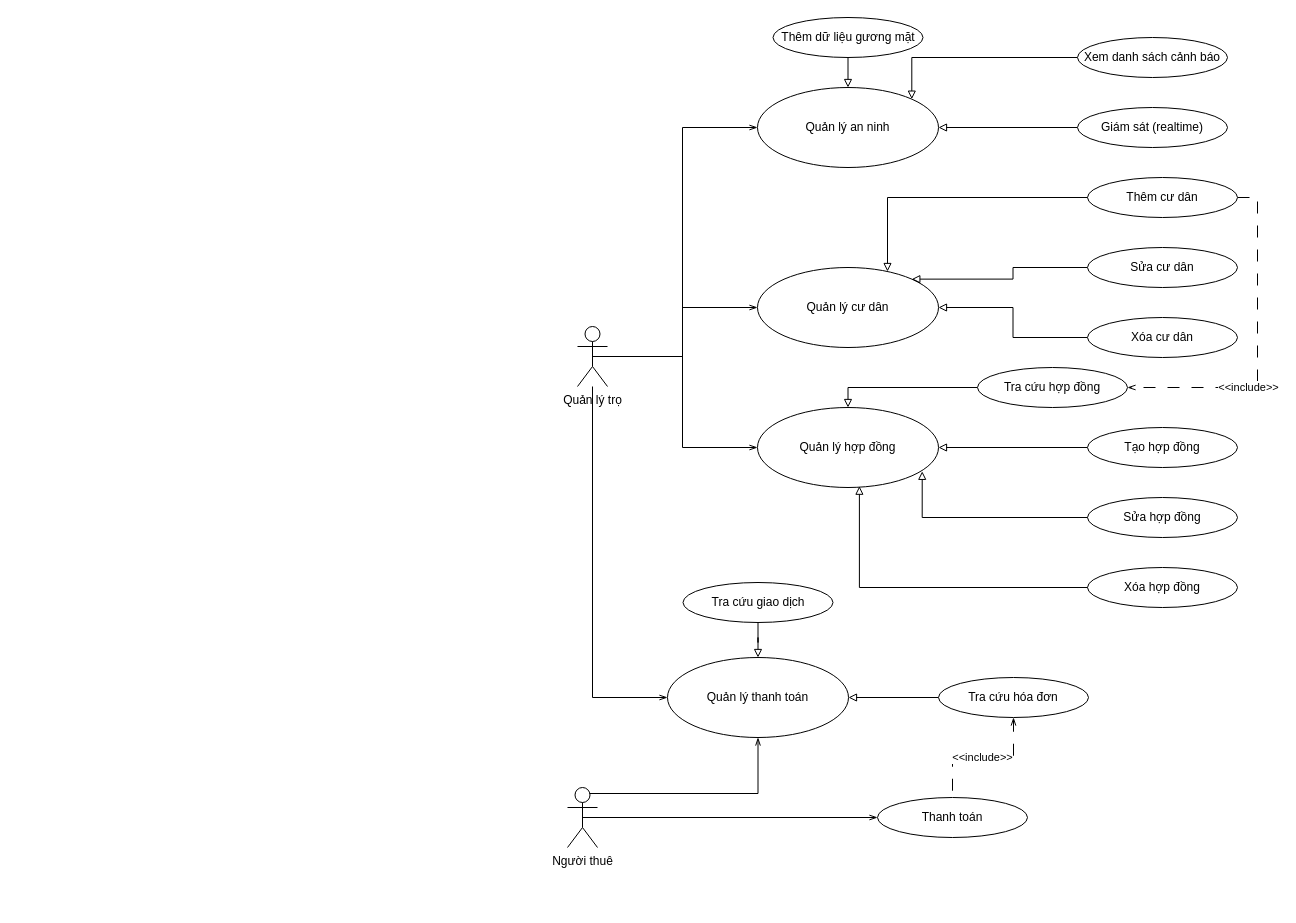
Before: documents/usecase-diagram.drawio in fatthinh/house_rental_management, a draw.io diagram. Source tidied: cells renumbered, new cells numbered last; positions are measured from the earlier drawing's top-left corner, leaving out a move shared by most shapes. Both pictures are drawn from the tidied source at 100%, with x=0, y=0 at pixel (567, 17).
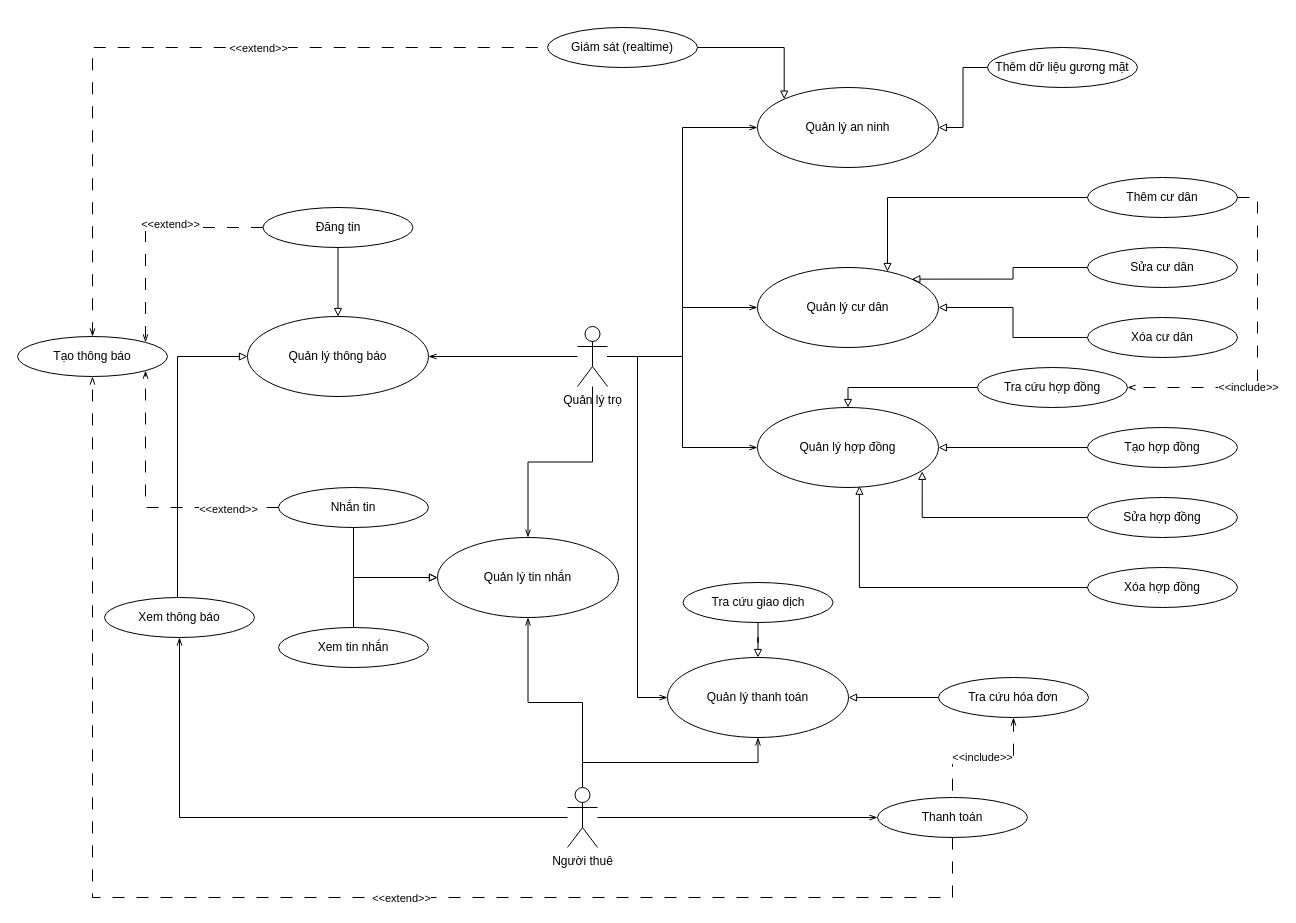
The same diagram, later.

Unchanged cells that the change refers to:
```xml
<mxCell id="6" value="Quản lý trọ" style="shape=umlActor;verticalLabelPosition=bottom;verticalAlign=top;html=1;outlineConnect=0;" parent="1" vertex="1">
  <mxGeometry x="10" y="309" width="30" height="60" as="geometry" />
</mxCell>
<mxCell id="8" value="Quản lý hợp đồng" style="ellipse;whiteSpace=wrap;html=1;" parent="1" vertex="1">
  <mxGeometry x="190" y="390" width="181" height="80" as="geometry" />
</mxCell>
<mxCell id="9" value="Quản lý cư dân" style="ellipse;whiteSpace=wrap;html=1;" parent="1" vertex="1">
  <mxGeometry x="190" y="250" width="181" height="80" as="geometry" />
</mxCell>
<mxCell id="24" value="Quản lý an ninh" style="ellipse;whiteSpace=wrap;html=1;" parent="1" vertex="1">
  <mxGeometry x="190" y="70" width="181" height="80" as="geometry" />
</mxCell>
<mxCell id="33" value="Người thuê" style="shape=umlActor;verticalLabelPosition=bottom;verticalAlign=top;html=1;outlineConnect=0;" parent="1" vertex="1">
  <mxGeometry y="770" width="30" height="60" as="geometry" />
</mxCell>
<mxCell id="34" value="Quản lý thanh toán" style="ellipse;whiteSpace=wrap;html=1;" parent="1" vertex="1">
  <mxGeometry x="100" y="640" width="181" height="80" as="geometry" />
</mxCell>
<mxCell id="40" value="Thanh toán" style="ellipse;whiteSpace=wrap;html=1;" parent="1" vertex="1">
  <mxGeometry x="310" y="780" width="150" height="40" as="geometry" />
</mxCell>
```

What changed in the source:
```diff
@@
-    <mxCell id="2" style="edgeStyle=orthogonalEdgeStyle;rounded=0;jettySize=auto;html=1;exitX=0.5;exitY=0.5;exitDx=0;exitDy=0;exitPerimeter=0;endArrow=openThin;endFill=0;" parent="1" edge="1" source="6" target="9">
+    <mxCell id="2" style="edgeStyle=orthogonalEdgeStyle;rounded=0;jettySize=auto;html=1;endArrow=openThin;endFill=0;" parent="1" edge="1" source="6" target="9">
       <mxGeometry relative="1" as="geometry" />
     </mxCell>
-    <mxCell id="3" style="edgeStyle=orthogonalEdgeStyle;rounded=0;jettySize=auto;html=1;exitX=0.5;exitY=0.5;exitDx=0;exitDy=0;exitPerimeter=0;entryX=0;entryY=0.5;entryDx=0;entryDy=0;endArrow=openThin;endFill=0;" parent="1" edge="1" source="6" target="8">
+    <mxCell id="3" style="edgeStyle=orthogonalEdgeStyle;rounded=0;jettySize=auto;html=1;entryX=0;entryY=0.5;entryDx=0;entryDy=0;endArrow=openThin;endFill=0;" parent="1" edge="1" source="6" target="8">
       <mxGeometry relative="1" as="geometry" />
     </mxCell>
@@
     <mxCell id="5" style="edgeStyle=orthogonalEdgeStyle;rounded=0;jettySize=auto;html=1;endArrow=openThin;endFill=0;" parent="1" edge="1" source="6" target="34">
       <mxGeometry relative="1" as="geometry">
         <Array as="points">
-          <mxPoint x="25" y="680" />
+          <mxPoint x="70" y="339" />
+          <mxPoint x="70" y="680" />
         </Array>
       </mxGeometry>
     </mxCell>
+    <mxCell id="41" style="edgeStyle=orthogonalEdgeStyle;rounded=0;jettySize=auto;html=1;endArrow=openThin;endFill=0;" parent="1" edge="1" source="6" target="47">
+      <mxGeometry relative="1" as="geometry" />
+    </mxCell>
+    <mxCell id="42" style="edgeStyle=orthogonalEdgeStyle;rounded=0;jettySize=auto;html=1;endArrow=openThin;endFill=0;" parent="1" edge="1" source="6" target="57">
+      <mxGeometry relative="1" as="geometry" />
+    </mxCell>
@@
-    <mxCell id="25" style="edgeStyle=orthogonalEdgeStyle;rounded=0;jettySize=auto;html=1;entryX=1;entryY=0.5;entryDx=0;entryDy=0;endArrow=block;endFill=0;" parent="1" edge="1" source="26" target="24">
+    <mxCell id="25" style="edgeStyle=orthogonalEdgeStyle;rounded=0;jettySize=auto;html=1;entryX=0;entryY=0;entryDx=0;entryDy=0;endArrow=block;endFill=0;" parent="1" edge="1" source="26" target="24">
       <mxGeometry relative="1" as="geometry" />
     </mxCell>
     <mxCell id="26" value="Giám sát (realtime)" style="ellipse;whiteSpace=wrap;html=1;" parent="1" vertex="1">
-      <mxGeometry x="510" y="90" width="150" height="40" as="geometry" />
+      <mxGeometry x="-20" y="10" width="150" height="40" as="geometry" />
     </mxCell>
-    <mxCell id="27" style="edgeStyle=orthogonalEdgeStyle;rounded=0;jettySize=auto;html=1;entryX=1;entryY=0;entryDx=0;entryDy=0;endArrow=block;endFill=0;" parent="1" edge="1" source="28" target="24">
-      <mxGeometry relative="1" as="geometry" />
-    </mxCell>
-    <mxCell id="28" value="Xem danh sách cảnh báo" style="ellipse;whiteSpace=wrap;html=1;" parent="1" vertex="1">
-      <mxGeometry x="510" y="20" width="150" height="40" as="geometry" />
-    </mxCell>
-    <mxCell id="29" style="edgeStyle=orthogonalEdgeStyle;rounded=0;jettySize=auto;html=1;exitX=0.5;exitY=1;exitDx=0;exitDy=0;entryX=0.5;entryY=0;entryDx=0;entryDy=0;endArrow=block;endFill=0;" parent="1" edge="1" source="30" target="24">
+    <mxCell id="29" style="edgeStyle=orthogonalEdgeStyle;rounded=0;jettySize=auto;html=1;exitX=0;exitY=0.5;exitDx=0;exitDy=0;endArrow=block;endFill=0;" parent="1" edge="1" source="30" target="24">
       <mxGeometry relative="1" as="geometry" />
     </mxCell>
     <mxCell id="30" value="Thêm dữ liệu gương mặt" style="ellipse;whiteSpace=wrap;html=1;" parent="1" vertex="1">
-      <mxGeometry x="205.5" width="150" height="40" as="geometry" />
+      <mxGeometry x="420" y="30" width="150" height="40" as="geometry" />
     </mxCell>
-    <mxCell id="31" style="edgeStyle=orthogonalEdgeStyle;rounded=0;jettySize=auto;html=1;exitX=0.5;exitY=0.5;exitDx=0;exitDy=0;exitPerimeter=0;endArrow=openThin;endFill=0;" parent="1" edge="1" source="33" target="40">
+    <mxCell id="31" style="edgeStyle=orthogonalEdgeStyle;rounded=0;jettySize=auto;html=1;endArrow=openThin;endFill=0;" parent="1" edge="1" source="33" target="40">
       <mxGeometry relative="1" as="geometry" />
     </mxCell>
-    <mxCell id="32" style="edgeStyle=orthogonalEdgeStyle;rounded=0;jettySize=auto;html=1;exitX=0.25;exitY=0.1;exitDx=0;exitDy=0;exitPerimeter=0;endArrow=openThin;endFill=0;" parent="1" edge="1" source="33" target="34">
+    <mxCell id="32" style="edgeStyle=orthogonalEdgeStyle;rounded=0;jettySize=auto;html=1;endArrow=openThin;endFill=0;exitX=0.5;exitY=0;exitDx=0;exitDy=0;exitPerimeter=0;" parent="1" edge="1" source="33" target="34">
       <mxGeometry relative="1" as="geometry" />
     </mxCell>
+    <mxCell id="43" style="edgeStyle=orthogonalEdgeStyle;rounded=0;jettySize=auto;html=1;entryX=0.5;entryY=1;entryDx=0;entryDy=0;endArrow=openThin;endFill=0;" parent="1" edge="1" source="33" target="49">
+      <mxGeometry relative="1" as="geometry" />
+    </mxCell>
+    <mxCell id="44" style="edgeStyle=orthogonalEdgeStyle;rounded=0;jettySize=auto;html=1;entryX=0.5;entryY=1;entryDx=0;entryDy=0;endArrow=openThin;endFill=0;" parent="1" edge="1" source="33" target="57">
+      <mxGeometry relative="1" as="geometry" />
+    </mxCell>
@@
+    <mxCell id="45" style="edgeStyle=orthogonalEdgeStyle;rounded=0;jettySize=auto;html=1;exitX=0.5;exitY=1;exitDx=0;exitDy=0;entryX=0.5;entryY=1;entryDx=0;entryDy=0;endArrow=openThin;endFill=0;dashed=1;dashPattern=12 12;" parent="1" edge="1" source="40" target="52">
+      <mxGeometry relative="1" as="geometry">
+        <Array as="points">
+          <mxPoint x="385" y="880" />
+          <mxPoint x="-475" y="880" />
+        </Array>
+      </mxGeometry>
+    </mxCell>
+    <mxCell id="46" value="&amp;lt;&amp;lt;extend&amp;gt;&amp;gt;" style="edgeLabel;html=1;align=center;verticalAlign=middle;" parent="45" vertex="1">
+      <mxGeometry x="-0.15" relative="1" as="geometry" />
+    </mxCell>
@@
+    <mxCell id="47" value="Quản lý thông báo" style="ellipse;whiteSpace=wrap;html=1;" parent="1" vertex="1">
+      <mxGeometry x="-320" y="299" width="181" height="80" as="geometry" />
+    </mxCell>
+    <mxCell id="48" style="edgeStyle=orthogonalEdgeStyle;rounded=0;jettySize=auto;html=1;entryX=0;entryY=0.5;entryDx=0;entryDy=0;endArrow=block;endFill=0;" parent="1" edge="1" source="49" target="47">
+      <mxGeometry relative="1" as="geometry">
+        <Array as="points">
+          <mxPoint x="-390" y="339" />
+        </Array>
+      </mxGeometry>
+    </mxCell>
+    <mxCell id="49" value="Xem thông báo" style="ellipse;whiteSpace=wrap;html=1;" parent="1" vertex="1">
+      <mxGeometry x="-463" y="580" width="150" height="40" as="geometry" />
+    </mxCell>
+    <mxCell id="50" style="edgeStyle=orthogonalEdgeStyle;rounded=0;jettySize=auto;html=1;exitX=0.5;exitY=0;exitDx=0;exitDy=0;entryX=0;entryY=0.5;entryDx=0;entryDy=0;startArrow=openThin;startFill=0;endArrow=none;endFill=0;dashed=1;dashPattern=12 12;" parent="1" edge="1" source="52" target="26">
+      <mxGeometry relative="1" as="geometry" />
+    </mxCell>
+    <mxCell id="51" value="&amp;lt;&amp;lt;extend&amp;gt;&amp;gt;" style="edgeLabel;html=1;align=center;verticalAlign=middle;" parent="50" vertex="1">
+      <mxGeometry x="0.22" relative="1" as="geometry" />
+    </mxCell>
+    <mxCell id="52" value="Tạo thông báo" style="ellipse;whiteSpace=wrap;html=1;" parent="1" vertex="1">
+      <mxGeometry x="-550" y="319" width="150" height="40" as="geometry" />
+    </mxCell>
+    <mxCell id="53" style="edgeStyle=orthogonalEdgeStyle;rounded=0;jettySize=auto;html=1;endArrow=block;endFill=0;" parent="1" edge="1" source="56" target="47">
+      <mxGeometry relative="1" as="geometry" />
+    </mxCell>
+    <mxCell id="54" style="edgeStyle=orthogonalEdgeStyle;rounded=0;jettySize=auto;html=1;exitX=0;exitY=0.5;exitDx=0;exitDy=0;entryX=1;entryY=0;entryDx=0;entryDy=0;dashed=1;dashPattern=12 12;endArrow=openThin;endFill=0;" parent="1" edge="1" source="56" target="52">
+      <mxGeometry relative="1" as="geometry" />
+    </mxCell>
+    <mxCell id="55" value="&amp;lt;&amp;lt;extend&amp;gt;&amp;gt;" style="edgeLabel;html=1;align=center;verticalAlign=middle;" parent="54" vertex="1">
+      <mxGeometry x="-0.2" y="-4" relative="1" as="geometry" />
+    </mxCell>
+    <mxCell id="56" value="Đăng tin" style="ellipse;whiteSpace=wrap;html=1;" parent="1" vertex="1">
+      <mxGeometry x="-304.5" y="190" width="150" height="40" as="geometry" />
+    </mxCell>
+    <mxCell id="57" value="Quản lý tin nhắn" style="ellipse;whiteSpace=wrap;html=1;" parent="1" vertex="1">
+      <mxGeometry x="-130" y="520" width="181" height="80" as="geometry" />
+    </mxCell>
+    <mxCell id="58" style="edgeStyle=orthogonalEdgeStyle;rounded=0;jettySize=auto;html=1;exitX=0.5;exitY=1;exitDx=0;exitDy=0;entryX=0;entryY=0.5;entryDx=0;entryDy=0;endArrow=block;endFill=0;" parent="1" edge="1" source="59" target="57">
+      <mxGeometry relative="1" as="geometry" />
+    </mxCell>
+    <mxCell id="59" value="Nhắn tin" style="ellipse;whiteSpace=wrap;html=1;" parent="1" vertex="1">
+      <mxGeometry x="-289" y="470" width="150" height="40" as="geometry" />
+    </mxCell>
+    <mxCell id="60" style="edgeStyle=orthogonalEdgeStyle;rounded=0;jettySize=auto;html=1;exitX=0.5;exitY=0;exitDx=0;exitDy=0;entryX=0;entryY=0.5;entryDx=0;entryDy=0;endArrow=block;endFill=0;" parent="1" edge="1" source="61" target="57">
+      <mxGeometry relative="1" as="geometry" />
+    </mxCell>
+    <mxCell id="61" value="Xem tin nhắn" style="ellipse;whiteSpace=wrap;html=1;" parent="1" vertex="1">
+      <mxGeometry x="-289" y="610" width="150" height="40" as="geometry" />
+    </mxCell>
+    <mxCell id="62" style="edgeStyle=orthogonalEdgeStyle;rounded=0;jettySize=auto;html=1;entryX=1;entryY=1;entryDx=0;entryDy=0;endArrow=openThin;endFill=0;dashed=1;dashPattern=12 12;" parent="1" edge="1" source="59" target="52">
+      <mxGeometry relative="1" as="geometry">
+        <Array as="points">
+          <mxPoint x="-422" y="490" />
+        </Array>
+      </mxGeometry>
+    </mxCell>
+    <mxCell id="63" value="&amp;lt;&amp;lt;extend&amp;gt;&amp;gt;" style="edgeLabel;html=1;align=center;verticalAlign=middle;" parent="62" vertex="1">
+      <mxGeometry x="0.32" y="-3" relative="1" as="geometry">
+        <mxPoint x="79" y="46" as="offset" />
+      </mxGeometry>
+    </mxCell>
```
